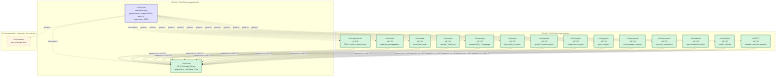
Above: docs/diagrams/suite-architecture.png in CivicSuite/civicsuite (Mermaid), before the change. Its source is kept beside it as docs/diagrams/suite-architecture.mmd.
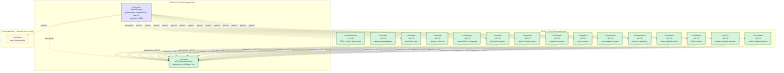
After the commit.

What changed in the source:
```diff
@@ -18,9 +18,10 @@
         Boards["civicboards<br/>v0.1.0<br/>board administration"]
         Notice["civicnotice<br/>v0.1.0<br/>public notices"]
         Civic311["civic311<br/>v0.1.0<br/>resident service requests"]
+        Comms["civiccomms<br/>v0.1.0<br/>public communications"]
     end
     subgraph FUTURE["Future modules - planned, not started"]
-        Comms["civiccomms<br/>next planned lane"]
+        Data["civicdata<br/>next planned lane"]
     end
     SuiteRepo -.documents.-> Core
     SuiteRepo -.documents.-> Records
@@ -38,6 +39,7 @@
     SuiteRepo -.governs.-> Notice
     SuiteRepo -.governs.-> Civic311
     SuiteRepo -.governs.-> Comms
+    SuiteRepo -.governs.-> Data
     Records -->|"depends on ==0.2.0"| Core
     Clerk -->|"depends on ==0.2.0"| Core
     Code -->|"depends on ==0.2.0"| Core
@@ -52,6 +54,7 @@
     Boards -->|"depends on ==0.2.0"| Core
     Notice -->|"depends on ==0.2.0"| Core
     Civic311 -->|"depends on ==0.2.0"| Core
+    Comms -->|"depends on ==0.2.0"| Core
     classDef shipping fill:#d4f4dd,stroke:#3a7a4a,stroke-width:2px,color:#000
     classDef governance fill:#e1e1ff,stroke:#5a5aa0,stroke-width:2px,color:#000
     classDef future fill:#fff4e1,stroke:#a08040,stroke-width:1px,stroke-dasharray:5 5,color:#000
@@ -72,4 +75,5 @@
     class Boards shipping
     class Notice shipping
     class Civic311 shipping
-    class Comms future
+    class Comms shipping
+    class Data future
```
